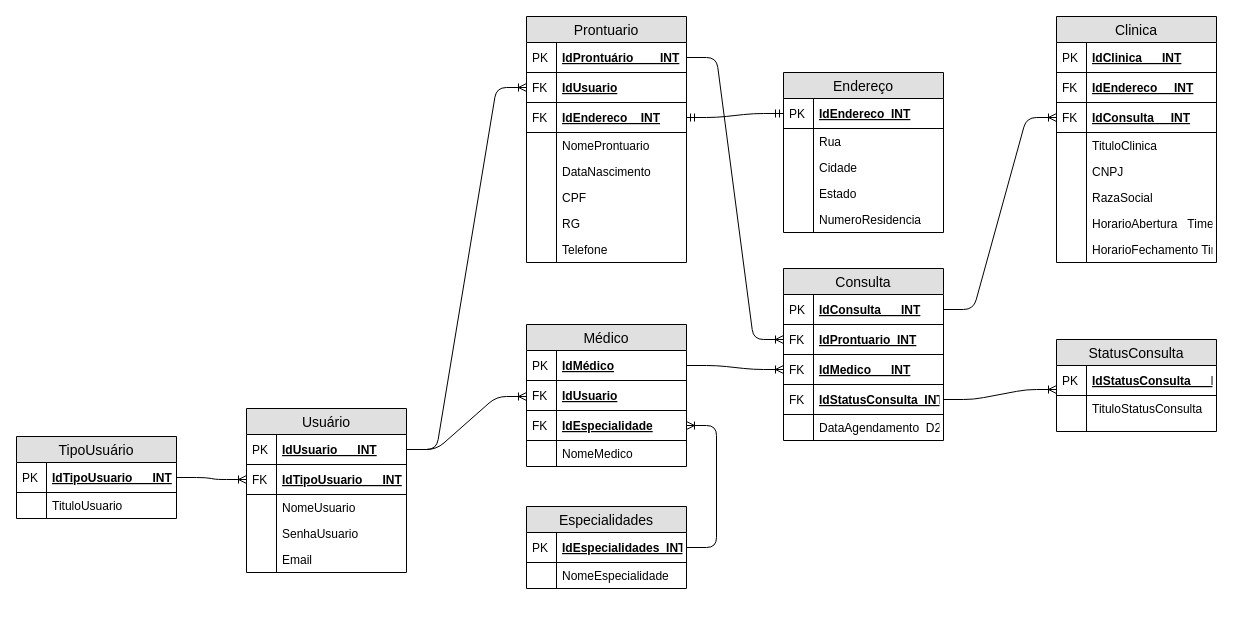
LucasFelicianoAlmeida/senai_spmedgroup_sprint1_bd-manha_LucasFelicianodeAlmeidaTeixeira keeps this draw.io diagram as Modelagem Lógica-Clinica.drawio. Above is the earlier version. Source tidied: cells renumbered, new cells numbered last; positions are measured from the earlier drawing's top-left corner, leaving out a move shared by most shapes. Both pictures are drawn from the tidied source at 100%, with x=0, y=0 at pixel (16, 16).
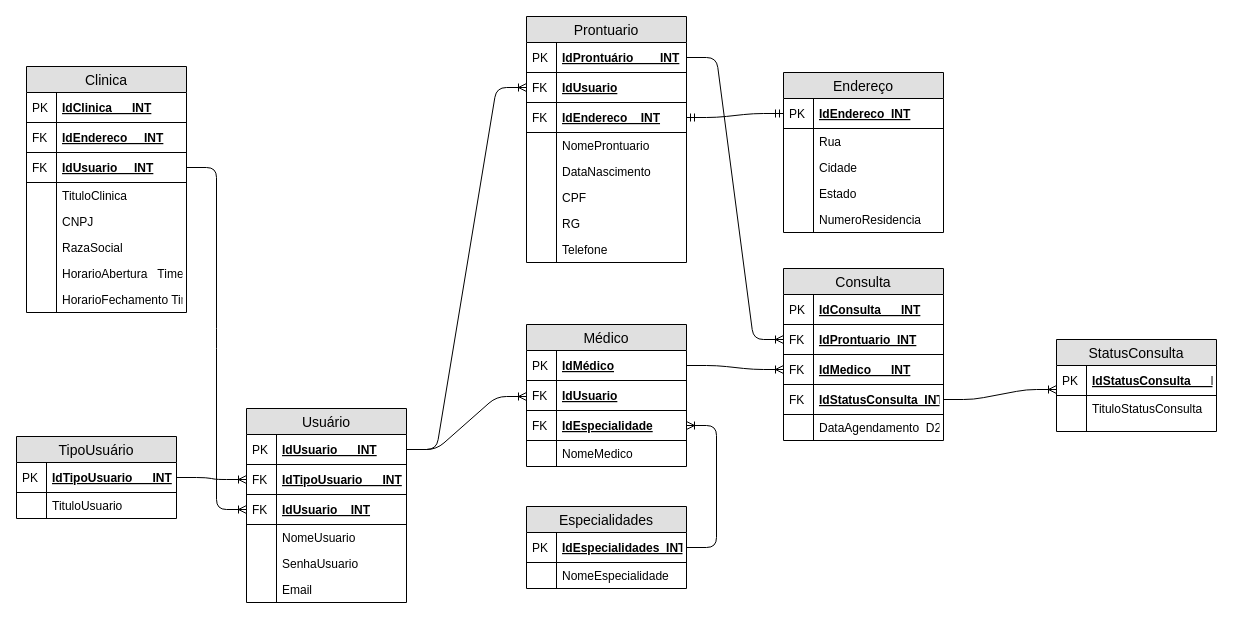
The same page after the edit.

Unchanged cells that the change refers to:
```xml
<mxCell id="35" value="IdConsulta      INT" style="shape=partialRectangle;top=0;left=0;right=0;bottom=1;align=left;verticalAlign=middle;fillColor=none;spacingLeft=34;spacingRight=4;overflow=hidden;points=[[0,0.5],[1,0.5]];portConstraint=eastwest;fontStyle=5;fontSize=12;" parent="34" vertex="1">
  <mxGeometry y="26" width="160" height="30" as="geometry" />
</mxCell>
```

Diff of the diagram source:
```diff
@@
     <mxCell id="52" value="Clinica" style="swimlane;fontStyle=0;horizontal=1;startSize=26;fillColor=#e0e0e0;swimlaneFillColor=#ffffff;align=center;fontSize=14;" parent="1" vertex="1">
-      <mxGeometry x="1040" width="160" height="246" as="geometry" />
+      <mxGeometry x="10" y="50" width="160" height="246" as="geometry" />
     </mxCell>
@@
-    <mxCell id="57" value="IdConsulta     INT" style="shape=partialRectangle;top=0;left=0;right=0;bottom=1;align=left;verticalAlign=middle;fillColor=none;spacingLeft=34;spacingRight=4;overflow=hidden;points=[[0,0.5],[1,0.5]];portConstraint=eastwest;fontStyle=5;fontSize=12;" parent="52" vertex="1">
+    <mxCell id="57" value="IdUsuario     INT" style="shape=partialRectangle;top=0;left=0;right=0;bottom=1;align=left;verticalAlign=middle;fillColor=none;spacingLeft=34;spacingRight=4;overflow=hidden;points=[[0,0.5],[1,0.5]];portConstraint=eastwest;fontStyle=5;fontSize=12;" parent="52" vertex="1">
       <mxGeometry y="86" width="160" height="30" as="geometry" />
     </mxCell>
@@
     <mxCell id="74" value="Usuário" style="swimlane;fontStyle=0;horizontal=1;startSize=26;fillColor=#e0e0e0;swimlaneFillColor=#ffffff;align=center;fontSize=14;" parent="1" vertex="1">
-      <mxGeometry x="230" y="392" width="160" height="164" as="geometry" />
+      <mxGeometry x="230" y="392" width="160" height="194" as="geometry" />
     </mxCell>
@@
+    <mxCell id="104" value="IdUsuario    INT" style="shape=partialRectangle;top=0;left=0;right=0;bottom=1;align=left;verticalAlign=middle;fillColor=none;spacingLeft=34;spacingRight=4;overflow=hidden;points=[[0,0.5],[1,0.5]];portConstraint=eastwest;fontStyle=5;fontSize=12;" parent="74" vertex="1">
+      <mxGeometry y="86" width="160" height="30" as="geometry" />
+    </mxCell>
+    <mxCell id="105" value="FK" style="shape=partialRectangle;top=0;left=0;bottom=0;fillColor=none;align=left;verticalAlign=middle;spacingLeft=4;spacingRight=4;overflow=hidden;fontSize=12;" parent="104" vertex="1">
+      <mxGeometry width="30" height="30" as="geometry" />
+    </mxCell>
     <mxCell id="79" value="NomeUsuario" style="shape=partialRectangle;top=0;left=0;right=0;bottom=0;align=left;verticalAlign=top;fillColor=none;spacingLeft=34;spacingRight=4;overflow=hidden;fontSize=12;" parent="74" vertex="1">
-      <mxGeometry y="86" width="160" height="26" as="geometry" />
+      <mxGeometry y="116" width="160" height="26" as="geometry" />
     </mxCell>
@@
     <mxCell id="81" value="SenhaUsuario" style="shape=partialRectangle;top=0;left=0;right=0;bottom=0;align=left;verticalAlign=top;fillColor=none;spacingLeft=34;spacingRight=4;overflow=hidden;fontSize=12;" parent="74" vertex="1">
-      <mxGeometry y="112" width="160" height="26" as="geometry" />
+      <mxGeometry y="142" width="160" height="26" as="geometry" />
     </mxCell>
@@
     <mxCell id="83" value="Email" style="shape=partialRectangle;top=0;left=0;right=0;bottom=0;align=left;verticalAlign=top;fillColor=none;spacingLeft=34;spacingRight=4;overflow=hidden;fontSize=12;" parent="74" vertex="1">
-      <mxGeometry y="138" width="160" height="26" as="geometry" />
+      <mxGeometry y="168" width="160" height="26" as="geometry" />
     </mxCell>
@@
-    <mxCell id="103" style="edgeStyle=entityRelationEdgeStyle;fontSize=12;html=1;endArrow=ERoneToMany;exitX=1;exitY=0.5;exitDx=0;exitDy=0;entryX=0;entryY=0.5;entryDx=0;entryDy=0;" parent="1" edge="1" source="35" target="57">
+    <mxCell id="103" style="edgeStyle=entityRelationEdgeStyle;fontSize=12;html=1;endArrow=ERoneToMany;exitX=1;exitY=0.5;exitDx=0;exitDy=0;entryX=0;entryY=0.5;entryDx=0;entryDy=0;" parent="1" edge="1" source="57" target="104">
       <mxGeometry relative="1" as="geometry" />
     </mxCell>
```
